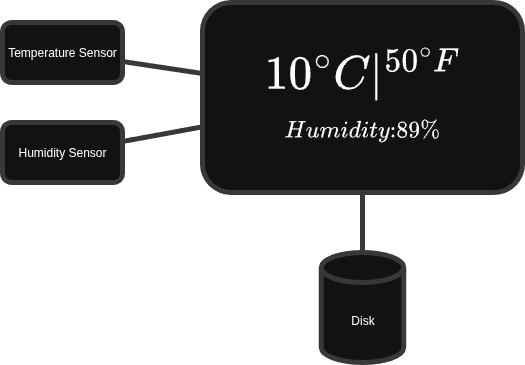
Before: doc/img/display_sketch.png, a diagram exported from draw.io (lucastaba/qml_display). Source tidied: cells renumbered, new cells last; positions are measured from the earlier drawing's top-left corner, leaving out a move shared by most shapes. The source it was exported from:
```xml
<mxGraphModel math="1">
  <root>
    <mxCell id="0" />
    <mxCell id="1" parent="0" />
    <mxCell id="2" style="rounded=0;jettySize=auto;html=1;endArrow=none;endFill=0;strokeColor=light-dark(#000000,#383838);strokeWidth=5;" parent="1" edge="1" source="3" target="6">
      <mxGeometry relative="1" as="geometry" />
    </mxCell>
    <mxCell id="3" value="Temperature Sensor" style="rounded=1;whiteSpace=wrap;html=1;strokeColor=light-dark(#000000,#383838);strokeWidth=5;" parent="1" vertex="1">
      <mxGeometry y="20" width="120" height="60" as="geometry" />
    </mxCell>
    <mxCell id="4" style="rounded=0;jettySize=auto;html=1;endArrow=none;endFill=0;strokeColor=light-dark(#000000,#383838);strokeWidth=5;" parent="1" edge="1" source="5" target="6">
      <mxGeometry relative="1" as="geometry" />
    </mxCell>
    <mxCell id="5" value="Humidity Sensor" style="rounded=1;whiteSpace=wrap;html=1;strokeColor=light-dark(#000000,#383838);strokeWidth=5;" parent="1" vertex="1">
      <mxGeometry y="120" width="120" height="60" as="geometry" />
    </mxCell>
    <mxCell id="6" value="\(10^\circ C\vert^{50^\circ F}\)&lt;div&gt;\(\scriptscriptstyle Humidity: 89\%\)&lt;/div&gt;" style="rounded=1;whiteSpace=wrap;html=1;fontSize=40;strokeColor=light-dark(#000000,#383838);strokeWidth=5;" parent="1" vertex="1">
      <mxGeometry x="200" width="320" height="190" as="geometry" />
    </mxCell>
    <mxCell id="7" style="rounded=0;jettySize=auto;html=1;endArrow=none;endFill=0;strokeColor=light-dark(#000000,#383838);strokeWidth=5;" parent="1" edge="1" source="8" target="6">
      <mxGeometry relative="1" as="geometry" />
    </mxCell>
    <mxCell id="8" value="Disk" style="shape=cylinder3;whiteSpace=wrap;html=1;boundedLbl=1;backgroundOutline=1;size=15;strokeColor=light-dark(#000000,#383838);strokeWidth=5;" parent="1" vertex="1">
      <mxGeometry x="318.8" y="250" width="82.5" height="110" as="geometry" />
    </mxCell>
  </root>
</mxGraphModel>
```
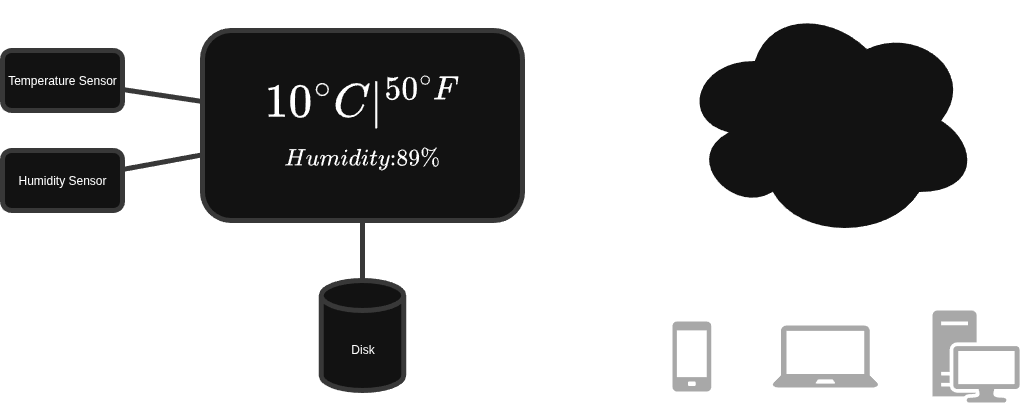
After the commit.

What changed in the source:
```diff
@@ -14,6 +14,9 @@
     <mxCell id="5" value="Humidity Sensor" style="rounded=1;whiteSpace=wrap;html=1;strokeColor=light-dark(#000000,#383838);strokeWidth=5;" parent="1" vertex="1">
       <mxGeometry y="120" width="120" height="60" as="geometry" />
     </mxCell>
+    <mxCell id="9" style="rounded=0;jettySize=auto;html=1;endArrow=none;endFill=0;" parent="1" edge="1" source="6" target="10">
+      <mxGeometry relative="1" as="geometry" />
+    </mxCell>
     <mxCell id="6" value="\(10^\circ C\vert^{50^\circ F}\)&lt;div&gt;\(\scriptscriptstyle Humidity: 89\%\)&lt;/div&gt;" style="rounded=1;whiteSpace=wrap;html=1;fontSize=40;strokeColor=light-dark(#000000,#383838);strokeWidth=5;" parent="1" vertex="1">
       <mxGeometry x="200" width="320" height="190" as="geometry" />
     </mxCell>
@@ -23,5 +26,26 @@
     <mxCell id="8" value="Disk" style="shape=cylinder3;whiteSpace=wrap;html=1;boundedLbl=1;backgroundOutline=1;size=15;strokeColor=light-dark(#000000,#383838);strokeWidth=5;" parent="1" vertex="1">
       <mxGeometry x="318.8" y="250" width="82.5" height="110" as="geometry" />
     </mxCell>
+    <mxCell id="10" style="ellipse;shape=cloud;whiteSpace=wrap;html=1;" parent="1" vertex="1">
+      <mxGeometry x="677" y="-30" width="300" height="240" as="geometry" />
+    </mxCell>
+    <mxCell id="11" style="rounded=0;jettySize=auto;html=1;endArrow=none;endFill=0;" parent="1" edge="1" source="12" target="10">
+      <mxGeometry relative="1" as="geometry" />
+    </mxCell>
+    <mxCell id="12" style="sketch=0;shadow=0;dashed=0;html=1;strokeColor=none;fillColor=#505050;labelPosition=center;verticalLabelPosition=bottom;verticalAlign=top;outlineConnect=0;align=center;shape=mxgraph.office.devices.cell_phone_generic;" parent="1" vertex="1">
+      <mxGeometry x="670" y="291" width="38.7" height="70" as="geometry" />
+    </mxCell>
+    <mxCell id="13" style="rounded=0;jettySize=auto;html=1;endArrow=none;endFill=0;" parent="1" edge="1" source="14" target="10">
+      <mxGeometry relative="1" as="geometry" />
+    </mxCell>
+    <mxCell id="14" style="sketch=0;shadow=0;dashed=0;html=1;strokeColor=none;fillColor=#505050;labelPosition=center;verticalLabelPosition=bottom;verticalAlign=top;outlineConnect=0;align=center;shape=mxgraph.office.devices.laptop;" parent="1" vertex="1">
+      <mxGeometry x="770" y="295" width="105.8" height="62" as="geometry" />
+    </mxCell>
+    <mxCell id="15" style="rounded=0;jettySize=auto;html=1;endArrow=none;endFill=0;" parent="1" edge="1" source="16" target="10">
+      <mxGeometry relative="1" as="geometry" />
+    </mxCell>
+    <mxCell id="16" style="sketch=0;shadow=0;dashed=0;html=1;strokeColor=none;fillColor=#505050;labelPosition=center;verticalLabelPosition=bottom;verticalAlign=top;outlineConnect=0;align=center;shape=mxgraph.office.devices.workstation;" parent="1" vertex="1">
+      <mxGeometry x="930" y="280" width="87.1" height="92" as="geometry" />
+    </mxCell>
   </root>
 </mxGraphModel>
```
